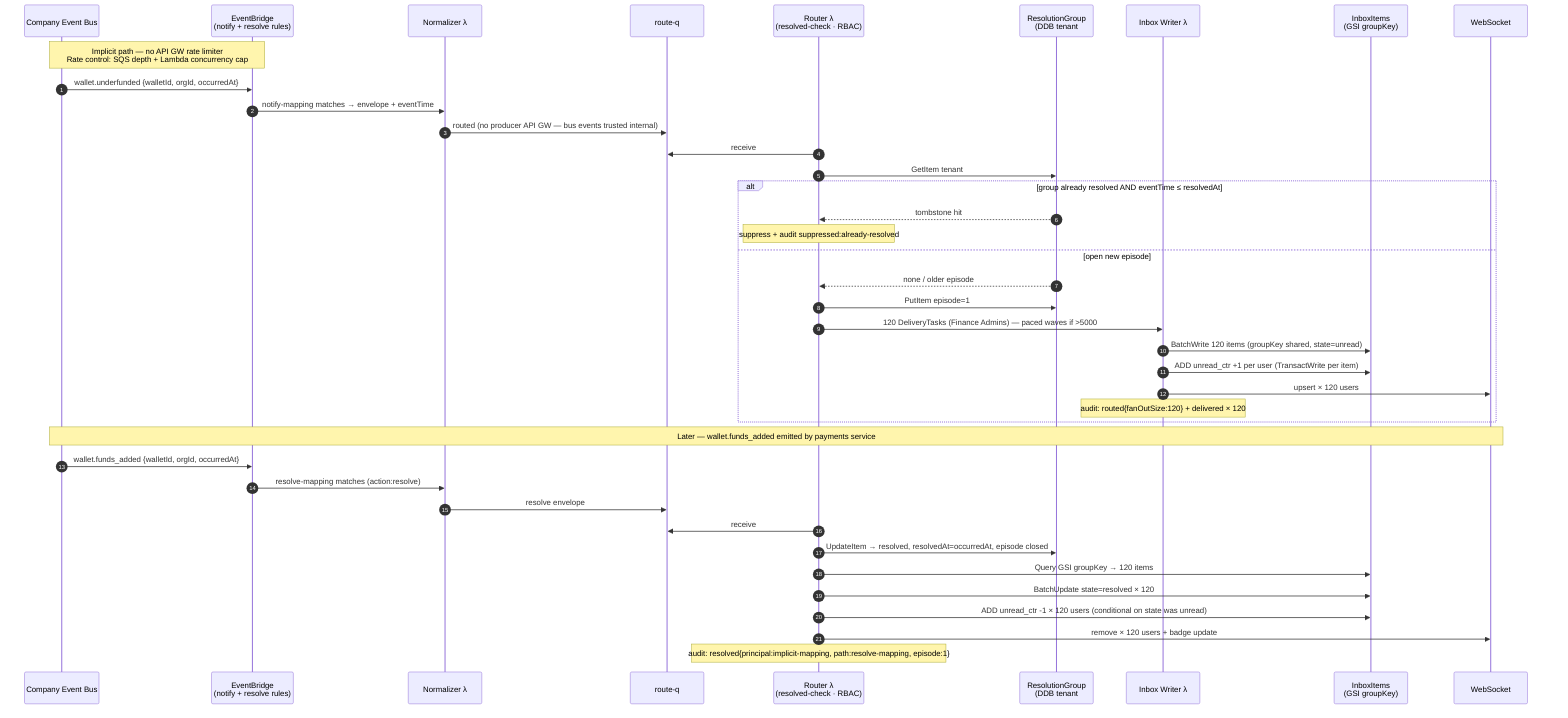
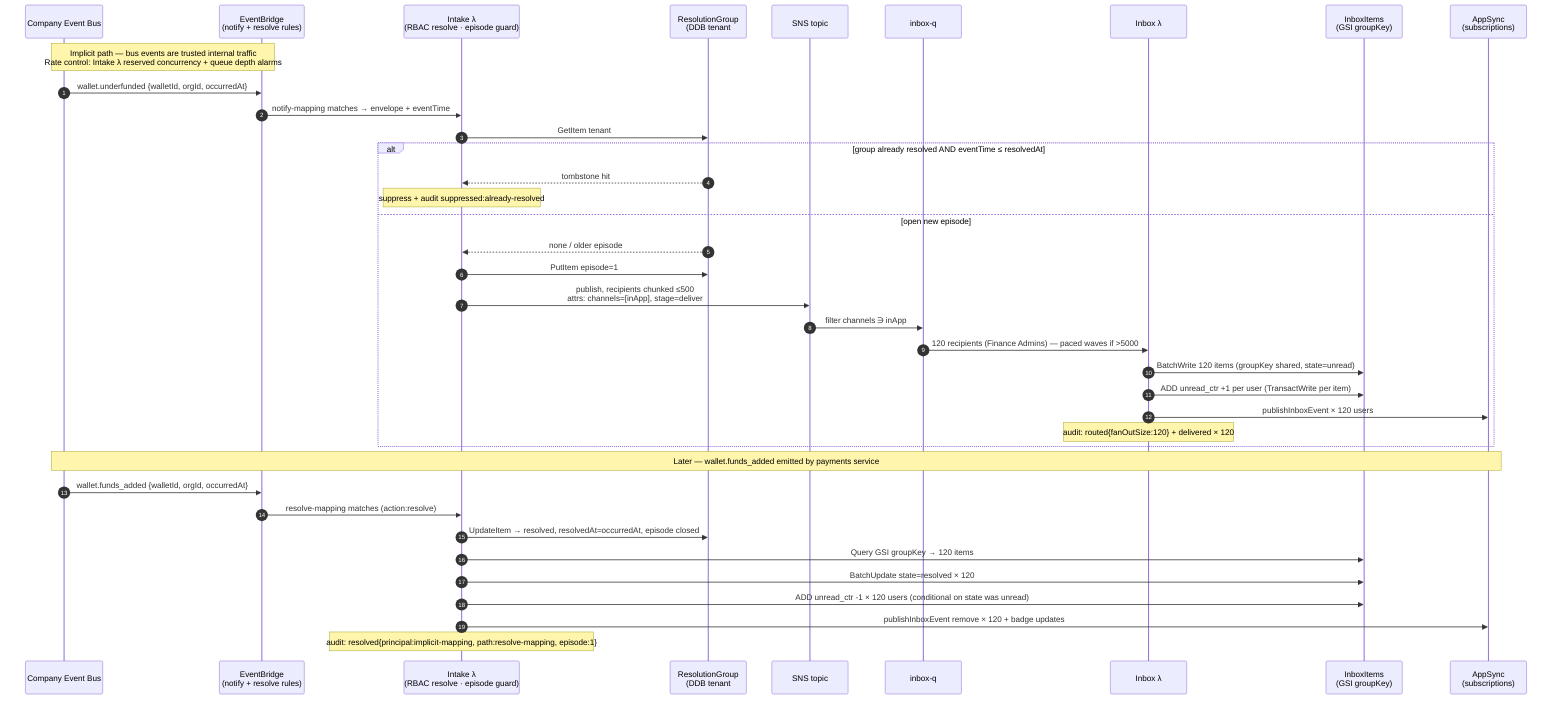
sequenceDiagram
    autonumber
    participant BUS as Company Event Bus
    participant EB as EventBridge<br/>(notify + resolve rules)
-     participant N as Normalizer λ
-     participant SQS1 as route-q
-     participant R as Router λ<br/>(resolved-check · RBAC)
+     participant IN as Intake λ<br/>(RBAC resolve · episode guard)
    participant RG as ResolutionGroup<br/>(DDB tenant#groupKey)
-     participant IW as Inbox Writer λ
+     participant SNS as SNS topic
+     participant IQ as inbox-q
+     participant IW as Inbox λ
    participant DB as InboxItems<br/>(GSI groupKey)
-     participant WS as WebSocket
+     participant AS as AppSync<br/>(subscriptions)

-     Note over BUS,EB: Implicit path — no API GW rate limiter<br/>Rate control: SQS depth + Lambda concurrency cap
+     Note over BUS,EB: Implicit path — bus events are trusted internal traffic<br/>Rate control: Intake λ reserved concurrency + queue depth alarms
    BUS->>EB: wallet.underfunded {walletId, orgId, occurredAt}
-     EB->>N: notify-mapping matches → envelope + eventTime
-     N->>SQS1: routed (no producer API GW — bus events trusted internal)
-     R->>SQS1: receive
-     R->>RG: GetItem tenant#groupKey
+     EB->>IN: notify-mapping matches → envelope + eventTime
+     IN->>RG: GetItem tenant#groupKey
    alt group already resolved AND eventTime ≤ resolvedAt
-         RG-->>R: tombstone hit
-         Note over R: suppress + audit suppressed:already-resolved
+         RG-->>IN: tombstone hit
+         Note over IN: suppress + audit suppressed:already-resolved
    else open new episode
-         RG-->>R: none / older episode
-         R->>RG: PutItem episode=1
-         R->>IW: 120 DeliveryTasks (Finance Admins) — paced waves if >5000
+         RG-->>IN: none / older episode
+         IN->>RG: PutItem episode=1
+         IN->>SNS: publish, recipients chunked ≤500<br/>attrs: channels=[inApp], stage=deliver
+         SNS->>IQ: filter channels ∋ inApp
+         IQ->>IW: 120 recipients (Finance Admins) — paced waves if >5000
        IW->>DB: BatchWrite 120 items (groupKey shared, state=unread)
        IW->>DB: ADD unread_ctr +1 per user (TransactWrite per item)
-         IW->>WS: upsert × 120 users
+         IW->>AS: publishInboxEvent × 120 users
        Note over IW: audit: routed{fanOutSize:120} + delivered × 120
    end

-     Note over BUS,WS: Later — wallet.funds_added emitted by payments service
+     Note over BUS,AS: Later — wallet.funds_added emitted by payments service
    BUS->>EB: wallet.funds_added {walletId, orgId, occurredAt}
-     EB->>N: resolve-mapping matches (action:resolve)
-     N->>SQS1: resolve envelope
-     R->>SQS1: receive
-     R->>RG: UpdateItem → resolved, resolvedAt=occurredAt, episode closed
-     R->>DB: Query GSI groupKey → 120 items
-     R->>DB: BatchUpdate state=resolved × 120
-     R->>DB: ADD unread_ctr -1 × 120 users (conditional on state was unread)
-     R->>WS: remove × 120 users + badge update
-     Note over R: audit: resolved{principal:implicit-mapping, path:resolve-mapping, episode:1}
+     EB->>IN: resolve-mapping matches (action:resolve)
+     IN->>RG: UpdateItem → resolved, resolvedAt=occurredAt, episode closed
+     IN->>DB: Query GSI groupKey → 120 items
+     IN->>DB: BatchUpdate state=resolved × 120
+     IN->>DB: ADD unread_ctr -1 × 120 users (conditional on state was unread)
+     IN->>AS: publishInboxEvent remove × 120 + badge updates
+     Note over IN: audit: resolved{principal:implicit-mapping, path:resolve-mapping, episode:1}
